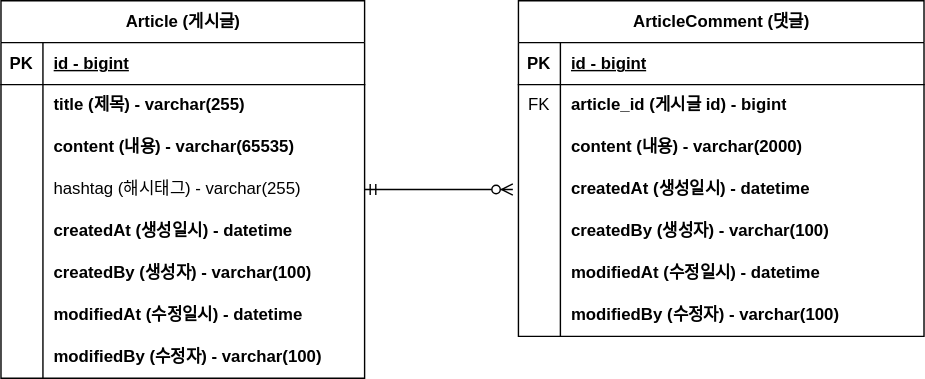
Airysm/fastcampus-project-board keeps this draw.io diagram as document/project-board-erd.svg. Above is the earlier version. Source tidied: cells renumbered, new cells last; positions are measured from the earlier drawing's top-left corner, leaving out a move shared by most shapes.
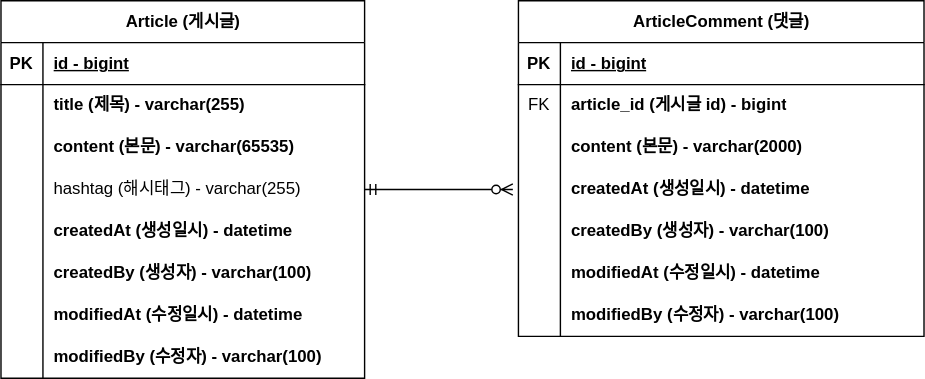
The same file after the commit.

Commit message:
#6 - ERD 주석 업데이트: project-board-erd.svg

Diff of the diagram source:
```diff
@@ -29,7 +29,7 @@
     <mxCell id="10" style="shape=partialRectangle;fillColor=none;top=0;left=0;bottom=0;right=0;overflow=hidden;whiteSpace=wrap;html=1;" parent="9" vertex="1">
       <mxGeometry width="30" height="30" as="geometry" />
     </mxCell>
-    <mxCell id="11" value="content (내용) - varchar(65535)" style="shape=partialRectangle;fillColor=none;top=0;left=0;bottom=0;right=0;align=left;spacingLeft=6;overflow=hidden;whiteSpace=wrap;html=1;fontStyle=1;" parent="9" vertex="1">
+    <mxCell id="11" value="content (본문) - varchar(65535)" style="shape=partialRectangle;fillColor=none;top=0;left=0;bottom=0;right=0;align=left;spacingLeft=6;overflow=hidden;whiteSpace=wrap;html=1;fontStyle=1;" parent="9" vertex="1">
       <mxGeometry x="30" width="230" height="30" as="geometry" />
     </mxCell>
     <mxCell id="12" style="shape=tableRow;horizontal=0;startSize=0;swimlaneHead=0;swimlaneBody=0;fillColor=none;points=[[0,0.5],[1,0.5]];portConstraint=eastwest;top=0;left=0;right=0;bottom=0;" parent="2" vertex="1">
@@ -107,7 +107,7 @@
     <mxCell id="36" style="shape=partialRectangle;fillColor=none;top=0;left=0;bottom=0;right=0;overflow=hidden;whiteSpace=wrap;html=1;" parent="35" vertex="1">
       <mxGeometry width="30" height="30" as="geometry" />
     </mxCell>
-    <mxCell id="37" value="content (내용) - varchar(2000)" style="shape=partialRectangle;fillColor=none;top=0;left=0;bottom=0;right=0;align=left;spacingLeft=6;overflow=hidden;whiteSpace=wrap;html=1;fontStyle=1;" parent="35" vertex="1">
+    <mxCell id="37" value="content (본문) - varchar(2000)" style="shape=partialRectangle;fillColor=none;top=0;left=0;bottom=0;right=0;align=left;spacingLeft=6;overflow=hidden;whiteSpace=wrap;html=1;fontStyle=1;" parent="35" vertex="1">
       <mxGeometry x="30" width="260" height="30" as="geometry" />
     </mxCell>
     <mxCell id="38" style="shape=tableRow;horizontal=0;startSize=0;swimlaneHead=0;swimlaneBody=0;fillColor=none;top=0;left=0;right=0;bottom=0;" parent="28" vertex="1">
```
